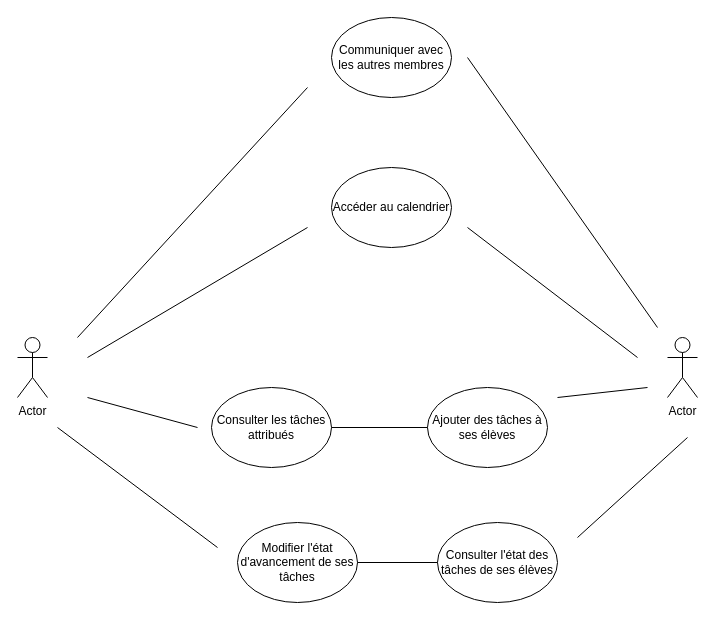
Before: diagrammes de cas d’usage.drawio in LouisMaupas/LouisMaupas_10_21022022, a draw.io diagram. Source tidied: cells renumbered, new cells numbered last; positions are measured from the earlier drawing's top-left corner, leaving out a move shared by most shapes. Both pictures are drawn from the tidied source at 100%, with x=0, y=0 at pixel (17, 17).
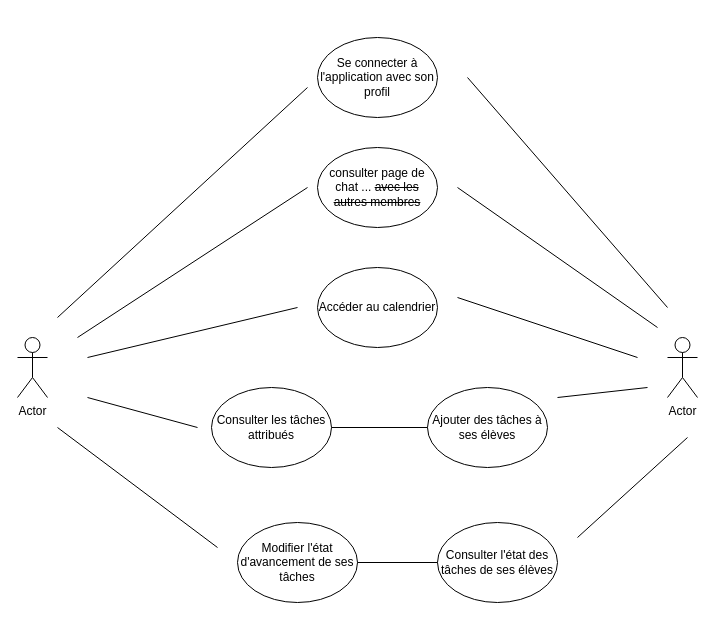
The same diagram, later.

Diff of the diagram source:
```diff
@@
-    <mxCell id="3" value="Communiquer avec les autres membres" style="ellipse;whiteSpace=wrap;html=1;" parent="1" vertex="1">
-      <mxGeometry x="314" width="120" height="80" as="geometry" />
+    <mxCell id="3" value="consulter page de chat ... &lt;strike&gt;avec les autres membres&lt;/strike&gt;" style="ellipse;whiteSpace=wrap;html=1;" parent="1" vertex="1">
+      <mxGeometry x="300" y="130" width="120" height="80" as="geometry" />
     </mxCell>
     <mxCell id="4" value="Accéder au calendrier" style="ellipse;whiteSpace=wrap;html=1;" parent="1" vertex="1">
-      <mxGeometry x="314" y="150" width="120" height="80" as="geometry" />
+      <mxGeometry x="300" y="250" width="120" height="80" as="geometry" />
     </mxCell>
@@
     <mxCell id="9" style="endArrow=none;html=1;rounded=0;" parent="1" edge="1">
       <mxGeometry relative="1" as="geometry">
         <mxPoint x="60" y="320" as="sourcePoint" />
-        <mxPoint x="290" y="70" as="targetPoint" />
+        <mxPoint x="290" y="170" as="targetPoint" />
       </mxGeometry>
     </mxCell>
     <mxCell id="10" style="endArrow=none;html=1;rounded=0;" parent="1" edge="1">
       <mxGeometry relative="1" as="geometry">
         <mxPoint x="70" y="340" as="sourcePoint" />
-        <mxPoint x="290" y="210" as="targetPoint" />
+        <mxPoint x="280" y="290" as="targetPoint" />
       </mxGeometry>
     </mxCell>
@@
     <mxCell id="13" style="endArrow=none;html=1;rounded=0;" parent="1" edge="1">
       <mxGeometry relative="1" as="geometry">
         <mxPoint x="640" y="310" as="sourcePoint" />
-        <mxPoint x="450" y="40" as="targetPoint" />
+        <mxPoint x="440" y="170" as="targetPoint" />
       </mxGeometry>
     </mxCell>
@@
     <mxCell id="16" style="endArrow=none;html=1;rounded=0;" parent="1" edge="1">
       <mxGeometry relative="1" as="geometry">
-        <mxPoint x="450" y="210" as="sourcePoint" />
+        <mxPoint x="440" y="280" as="sourcePoint" />
         <mxPoint x="620" y="340" as="targetPoint" />
       </mxGeometry>
     </mxCell>
@@
+    <mxCell id="20" value="Se connecter à l'application avec son profil" style="ellipse;whiteSpace=wrap;html=1;" parent="1" vertex="1">
+      <mxGeometry x="300" y="20" width="120" height="80" as="geometry" />
+    </mxCell>
+    <mxCell id="21" style="endArrow=none;html=1;rounded=0;" parent="1" edge="1">
+      <mxGeometry relative="1" as="geometry">
+        <mxPoint x="40" y="300" as="sourcePoint" />
+        <mxPoint x="290" y="70" as="targetPoint" />
+      </mxGeometry>
+    </mxCell>
+    <mxCell id="22" style="endArrow=none;html=1;rounded=0;" parent="1" edge="1">
+      <mxGeometry relative="1" as="geometry">
+        <mxPoint x="450" y="60" as="sourcePoint" />
+        <mxPoint x="650" y="290" as="targetPoint" />
+      </mxGeometry>
+    </mxCell>
```
